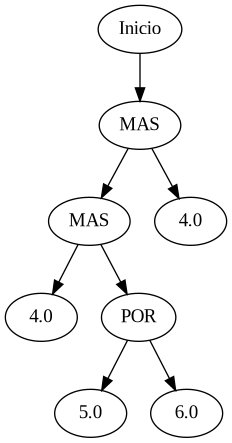
This is Ejercicio_2/grafo.png from Juli0F/Ej_2_atributos_sintetizados, a Graphviz export, as it was before one commit. Its source is kept beside it as Ejercicio_2/grafo.dot.
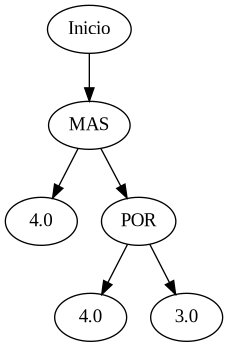
After the commit.

What changed in the source:
```diff
@@ -1,10 +1,8 @@
 digraph {
 n0[label="Inicio"];
 n1[label="MAS"]n0->n1;
-n2[label="MAS"]n1->n2;
-n3[label="4.0"]n2->n3;
-n4[label="POR"]n2->n4;
-n5[label="5.0"]n4->n5;
-n6[label="6.0"]n4->n6;
-n7[label="4.0"]n1->n7;
+n2[label="4.0"]n1->n2;
+n3[label="POR"]n1->n3;
+n4[label="4.0"]n3->n4;
+n5[label="3.0"]n3->n5;
 }
```
